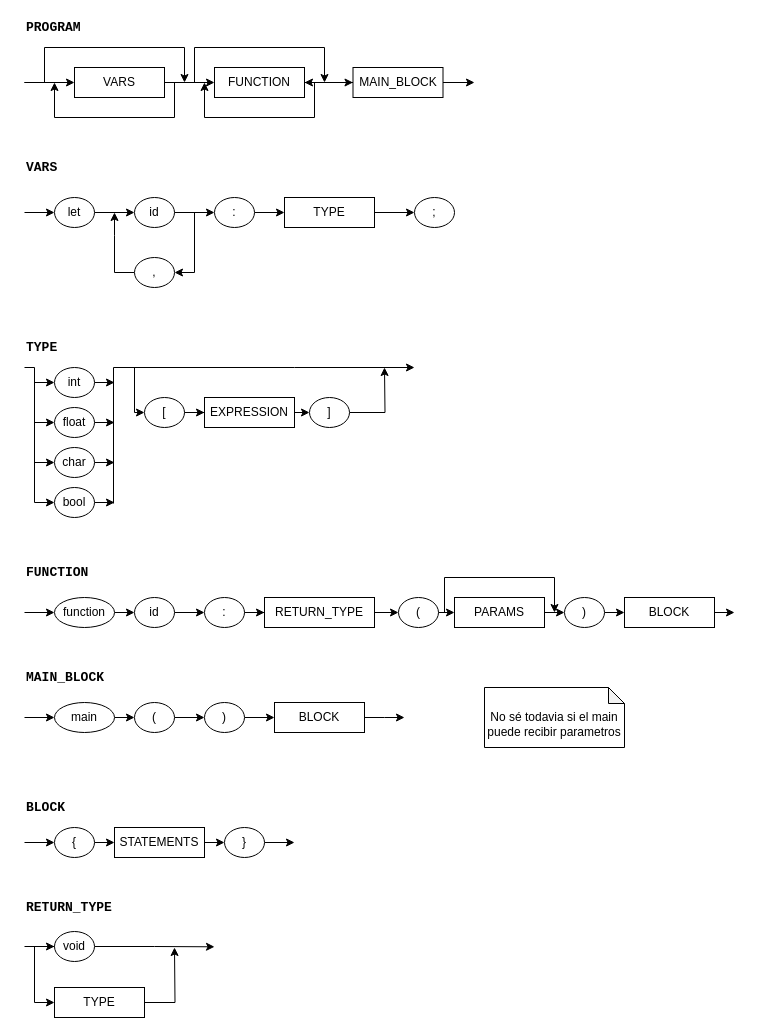
Above: page "Page-1" (1 of 4) of documentacion/diagramasGramaticaMaps.drawio in RCH010/manchas (draw.io), before the change. Source tidied: cells renumbered, new cells numbered last; positions are measured from the earlier drawing's top-left corner, leaving out a move shared by most shapes. Both pictures are drawn from the tidied source at 100%, with x=0, y=0 at pixel (24, 17).
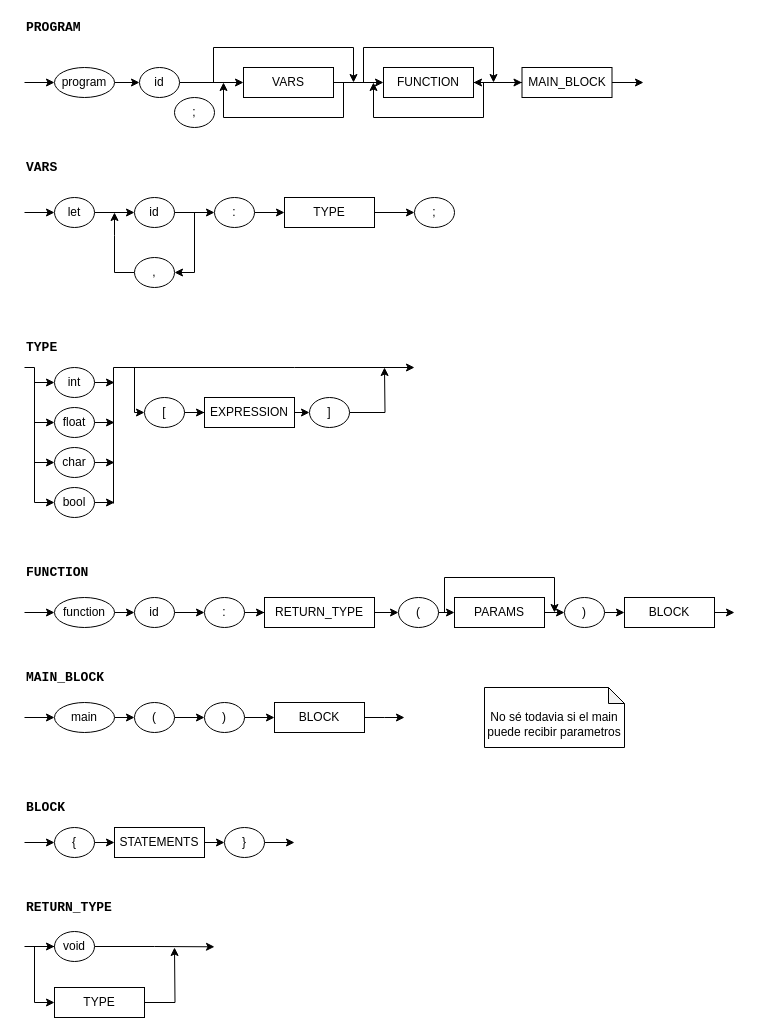
The same page after the edit.

Diff of the diagram source:
```diff
@@
     <mxCell id="4" style="edgeStyle=orthogonalEdgeStyle;rounded=0;jettySize=auto;html=1;exitX=1;exitY=0.5;exitDx=0;exitDy=0;" parent="1" edge="1" source="6">
       <mxGeometry relative="1" as="geometry">
-        <mxPoint x="300" y="65" as="targetPoint" />
+        <mxPoint x="469" y="65" as="targetPoint" />
         <Array as="points">
-          <mxPoint x="170" y="65" />
-          <mxPoint x="170" y="30" />
-          <mxPoint x="300" y="30" />
+          <mxPoint x="339" y="65" />
+          <mxPoint x="339" y="30" />
+          <mxPoint x="469" y="30" />
         </Array>
       </mxGeometry>
     </mxCell>
     <mxCell id="5" style="edgeStyle=orthogonalEdgeStyle;rounded=0;jettySize=auto;html=1;exitX=1;exitY=0.5;exitDx=0;exitDy=0;" parent="1" edge="1" source="6">
       <mxGeometry relative="1" as="geometry">
-        <mxPoint x="30" y="65" as="targetPoint" />
+        <mxPoint x="199" y="65" as="targetPoint" />
         <Array as="points">
-          <mxPoint x="150" y="65" />
-          <mxPoint x="150" y="100" />
-          <mxPoint x="30" y="100" />
+          <mxPoint x="319" y="65" />
+          <mxPoint x="319" y="100" />
+          <mxPoint x="199" y="100" />
         </Array>
       </mxGeometry>
     </mxCell>
     <mxCell id="6" value="VARS" style="whiteSpace=wrap;html=1;" parent="1" vertex="1">
-      <mxGeometry x="50" y="50" width="90" height="30" as="geometry" />
+      <mxGeometry x="219" y="50" width="90" height="30" as="geometry" />
     </mxCell>
@@
     <mxCell id="8" style="edgeStyle=orthogonalEdgeStyle;rounded=0;jettySize=auto;html=1;exitX=1;exitY=0.5;exitDx=0;exitDy=0;" parent="1" edge="1" source="9">
       <mxGeometry relative="1" as="geometry">
-        <mxPoint x="180" y="65" as="targetPoint" />
+        <mxPoint x="349" y="65" as="targetPoint" />
         <Array as="points">
-          <mxPoint x="290" y="65" />
-          <mxPoint x="290" y="100" />
-          <mxPoint x="180" y="100" />
+          <mxPoint x="459" y="65" />
+          <mxPoint x="459" y="100" />
+          <mxPoint x="349" y="100" />
         </Array>
       </mxGeometry>
     </mxCell>
     <mxCell id="9" value="FUNCTION" style="whiteSpace=wrap;html=1;" parent="1" vertex="1">
-      <mxGeometry x="190" y="50" width="90" height="30" as="geometry" />
+      <mxGeometry x="359" y="50" width="90" height="30" as="geometry" />
     </mxCell>
@@
     <mxCell id="11" style="edgeStyle=orthogonalEdgeStyle;rounded=0;jettySize=auto;html=1;exitX=1;exitY=0.5;exitDx=0;exitDy=0;" parent="1" edge="1" source="12">
       <mxGeometry relative="1" as="geometry">
-        <mxPoint x="450" y="65" as="targetPoint" />
+        <mxPoint x="619" y="65" as="targetPoint" />
       </mxGeometry>
     </mxCell>
     <mxCell id="12" value="MAIN_BLOCK" style="whiteSpace=wrap;html=1;" parent="1" vertex="1">
-      <mxGeometry x="328.5" y="50" width="90" height="30" as="geometry" />
+      <mxGeometry x="497.5" y="50" width="90" height="30" as="geometry" />
     </mxCell>
     <mxCell id="13" style="endArrow=classic;html=1;entryX=0;entryY=0.5;entryDx=0;entryDy=0;" parent="1" edge="1" target="6">
       <mxGeometry relative="1" as="geometry">
-        <mxPoint y="65" as="sourcePoint" />
+        <mxPoint x="169" y="65" as="sourcePoint" />
       </mxGeometry>
     </mxCell>
-    <mxCell id="14" style="edgeStyle=orthogonalEdgeStyle;rounded=0;orthogonalLoop=1;jettySize=auto;html=1;exitX=1;exitY=0.5;exitDx=0;exitDy=0;" parent="1" edge="1">
+    <mxCell id="14" style="edgeStyle=orthogonalEdgeStyle;rounded=0;jettySize=auto;html=1;exitX=1;exitY=0.5;exitDx=0;exitDy=0;" parent="1" edge="1" source="98">
       <mxGeometry relative="1" as="geometry">
-        <mxPoint y="65" as="sourcePoint" />
-        <mxPoint x="160" y="65" as="targetPoint" />
+        <mxPoint x="329" y="65" as="targetPoint" />
         <Array as="points">
-          <mxPoint x="20" y="65" />
-          <mxPoint x="20" y="30" />
-          <mxPoint x="160" y="30" />
+          <mxPoint x="189" y="65" />
+          <mxPoint x="189" y="30" />
+          <mxPoint x="329" y="30" />
         </Array>
       </mxGeometry>
     </mxCell>
@@
+    <mxCell id="95" style="edgeStyle=orthogonalEdgeStyle;rounded=0;jettySize=auto;html=1;exitX=1;exitY=0.5;exitDx=0;exitDy=0;" parent="1" edge="1" source="96" target="98">
+      <mxGeometry relative="1" as="geometry" />
+    </mxCell>
+    <mxCell id="96" value="program" style="ellipse;whiteSpace=wrap;html=1;" parent="1" vertex="1">
+      <mxGeometry x="30" y="50" width="60" height="30" as="geometry" />
+    </mxCell>
+    <mxCell id="97" style="endArrow=classic;html=1;entryX=0;entryY=0.5;entryDx=0;entryDy=0;" parent="1" edge="1" target="96">
+      <mxGeometry relative="1" as="geometry">
+        <mxPoint y="65" as="sourcePoint" />
+      </mxGeometry>
+    </mxCell>
+    <mxCell id="98" value="id" style="ellipse;whiteSpace=wrap;html=1;" parent="1" vertex="1">
+      <mxGeometry x="115" y="50" width="40" height="30" as="geometry" />
+    </mxCell>
+    <mxCell id="99" value=";" style="ellipse;whiteSpace=wrap;html=1;" parent="1" vertex="1">
+      <mxGeometry x="150" y="80" width="40" height="30" as="geometry" />
+    </mxCell>
```
